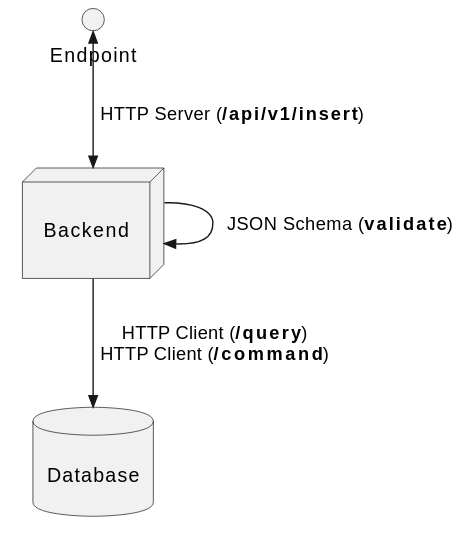
Earlier version of the PlantUML export docs/images/insert-endpoint.svg (ulbmuenster/dataasee).
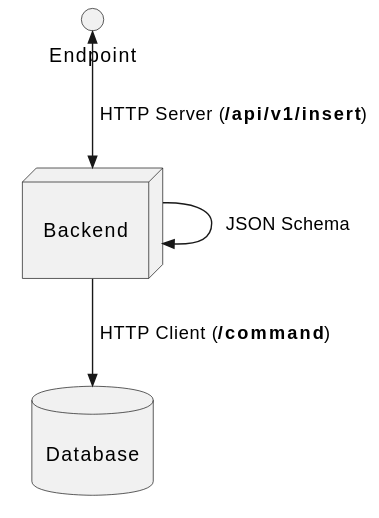
After the commit.

What changed in the source:
```diff
@@ -16,6 +16,6 @@
 ]
 
 endpoint <<-->> backend : " HTTP Server (<b>/api/v1/insert</b>)"
-backend -->> backend : " JSON Schema (<b>validate</b>)"
-backend -->> database : " HTTP Client (<b>/query</b>)\n HTTP Client (<b>/command</b>)"
+backend -->> backend : " JSON Schema"
+backend -->> database : " HTTP Client (<b>/command</b>)"
 @enduml
```
